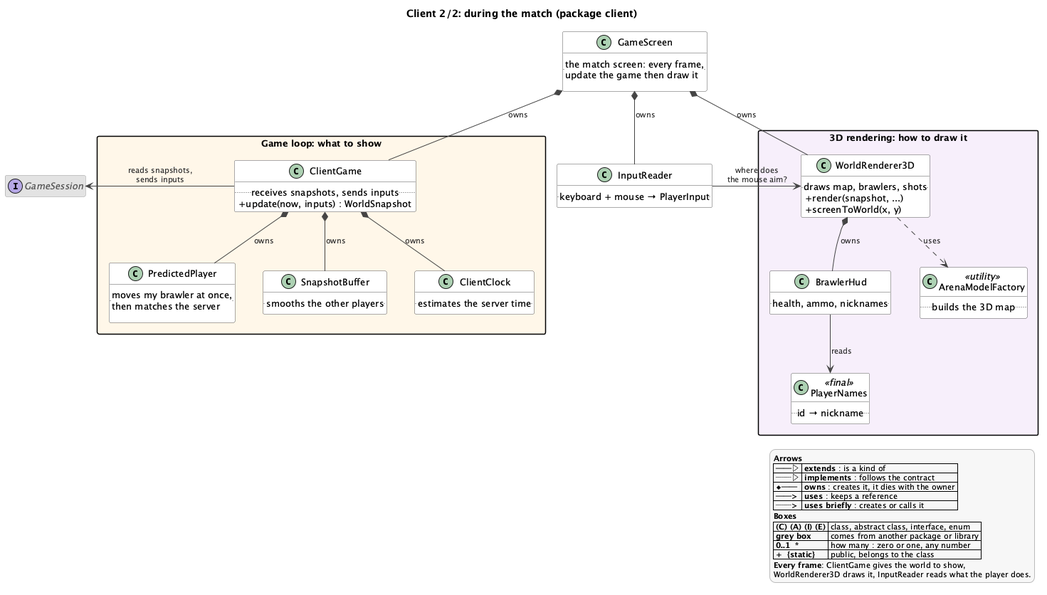
Before: docs/uml/client-game.png, a diagram exported from PlantUML (louispouillet/2dgame). Source of this version:
```plantuml
@startuml client-game
!include style.iuml
title Client 2/2: during the match (package client)

class GameScreen {
    .. the match screen: every frame,\nupdate the game then draw it ..
}

package "Game loop: what to show" #FFF6E8 {
    class ClientGame {
        .. receives snapshots, sends inputs ..
        + update(now, inputs) : WorldSnapshot
    }
    class PredictedPlayer {
        .. moves my brawler at once,\nthen matches the server ..
    }
    class SnapshotBuffer {
        .. smooths the other players ..
    }
    class ClientClock {
        .. estimates the server time ..
    }
}

class InputReader {
    .. keyboard + mouse → PlayerInput ..
}

package "3D rendering: how to draw it" #F6EEFB {
    class WorldRenderer3D {
        .. draws map, brawlers, shots ..
        + render(snapshot, ...)
        + screenToWorld(x, y)
    }
    class BrawlerHud {
        .. health, ammo, nicknames ..
    }
    class PlayerNames <<final>> {
        .. id → nickname ..
    }
    class ArenaModelFactory <<utility>> {
        .. builds the 3D map ..
    }
}

interface GameSession <<external>>

GameScreen *-down- ClientGame : owns
GameScreen *-down- InputReader : owns
GameScreen *-down- WorldRenderer3D : owns

ClientGame -left-> GameSession : reads snapshots,\nsends inputs
ClientGame *-down- PredictedPlayer : owns
ClientGame *-down- SnapshotBuffer : owns
ClientGame *-down- ClientClock : owns

InputReader -right-> WorldRenderer3D : where does\nthe mouse aim?

WorldRenderer3D *-down- BrawlerHud : owns
WorldRenderer3D .down.> ArenaModelFactory : uses
BrawlerHud -down-> PlayerNames : reads

$legend("<b>Every frame</b>: ClientGame gives the world to show,", "WorldRenderer3D draws it, InputReader reads what the player does.")
@enduml
```
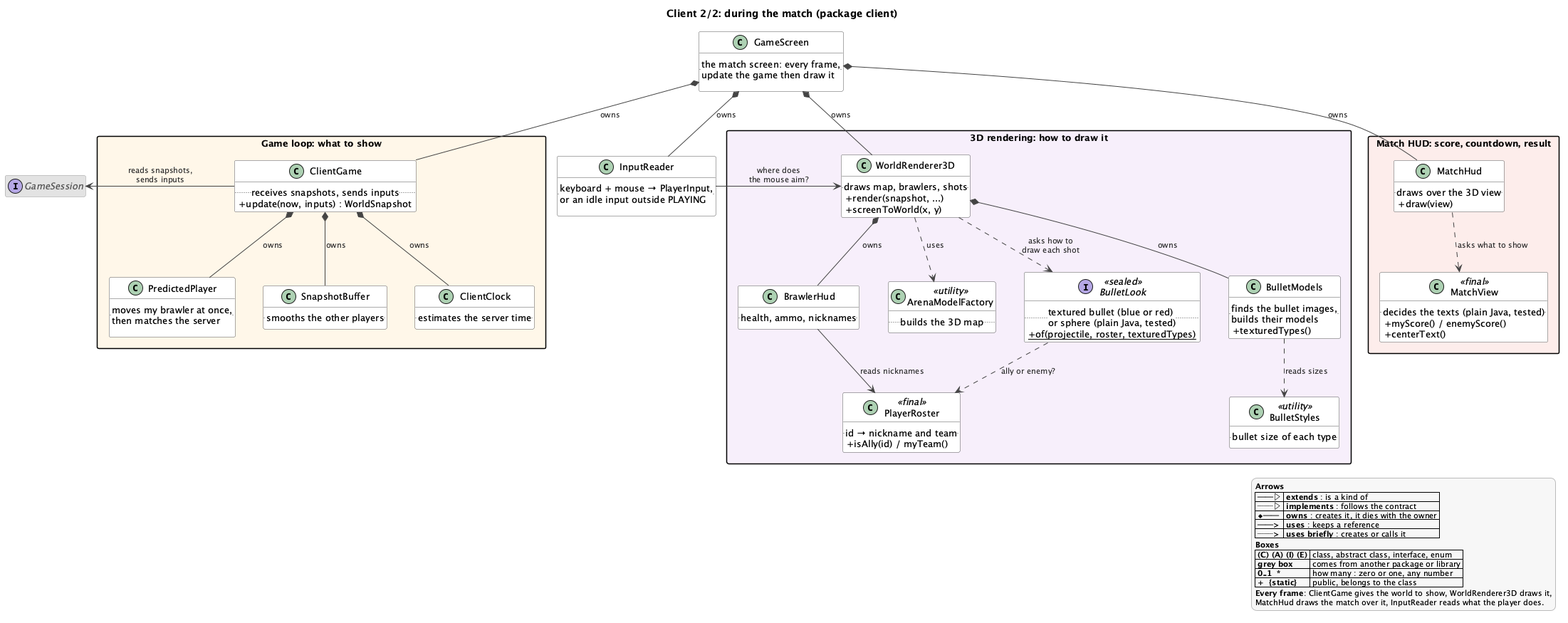
Above is the later version.

Change to the diagram source:
```diff
@@ -23,7 +23,19 @@
 }
 
 class InputReader {
-    .. keyboard + mouse → PlayerInput ..
+    .. keyboard + mouse → PlayerInput,\nor an idle input outside PLAYING ..
+}
+
+package "Match HUD: score, countdown, result" #FDECEA {
+    class MatchHud {
+        .. draws over the 3D view ..
+        + draw(view)
+    }
+    class MatchView <<final>> {
+        .. decides the texts (plain Java, tested) ..
+        + myScore() / enemyScore()
+        + centerText()
+    }
 }
 
 package "3D rendering: how to draw it" #F6EEFB {
@@ -35,11 +47,23 @@
     class BrawlerHud {
         .. health, ammo, nicknames ..
     }
-    class PlayerNames <<final>> {
-        .. id → nickname ..
+    class PlayerRoster <<final>> {
+        .. id → nickname and team ..
+        + isAlly(id) / myTeam()
     }
     class ArenaModelFactory <<utility>> {
         .. builds the 3D map ..
+    }
+    interface BulletLook <<sealed>> {
+        .. textured bullet (blue or red)\nor sphere (plain Java, tested) ..
+        + {static} of(projectile, roster, texturedTypes)
+    }
+    class BulletModels {
+        .. finds the bullet images,\nbuilds their models ..
+        + texturedTypes()
+    }
+    class BulletStyles <<utility>> {
+        .. bullet size of each type ..
     }
 }
 
@@ -58,7 +82,13 @@
 
 WorldRenderer3D *-down- BrawlerHud : owns
 WorldRenderer3D .down.> ArenaModelFactory : uses
-BrawlerHud -down-> PlayerNames : reads
+BrawlerHud -down-> PlayerRoster : reads nicknames
+WorldRenderer3D *-down- BulletModels : owns
+WorldRenderer3D .down.> BulletLook : asks how to\ndraw each shot
+BulletLook .down.> PlayerRoster : ally or enemy?
+BulletModels .down.> BulletStyles : reads sizes
+GameScreen *-down- MatchHud : owns
+MatchHud ..> MatchView : asks what to show
 
-$legend("<b>Every frame</b>: ClientGame gives the world to show,", "WorldRenderer3D draws it, InputReader reads what the player does.")
+$legend("<b>Every frame</b>: ClientGame gives the world to show, WorldRenderer3D draws it,", "MatchHud draws the match over it, InputReader reads what the player does.")
 @enduml
```
